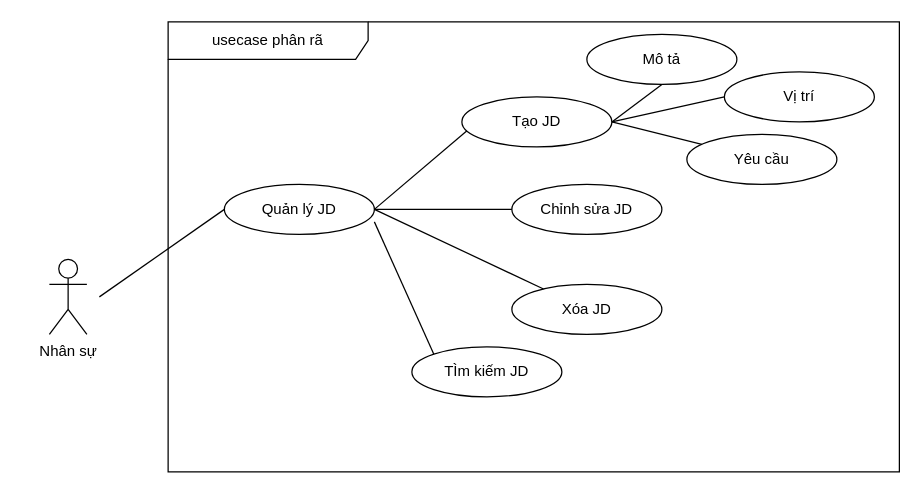
nmtun/datn_hust_2026 keeps this draw.io diagram as design/draw/nhân_sự/quanlyjd.dio. Above is the earlier version. Source tidied: cells renumbered, new cells numbered last; positions are measured from the earlier drawing's top-left corner, leaving out a move shared by most shapes. Both pictures are drawn from the tidied source at 125%, with x=0, y=0 at pixel (49, 21).
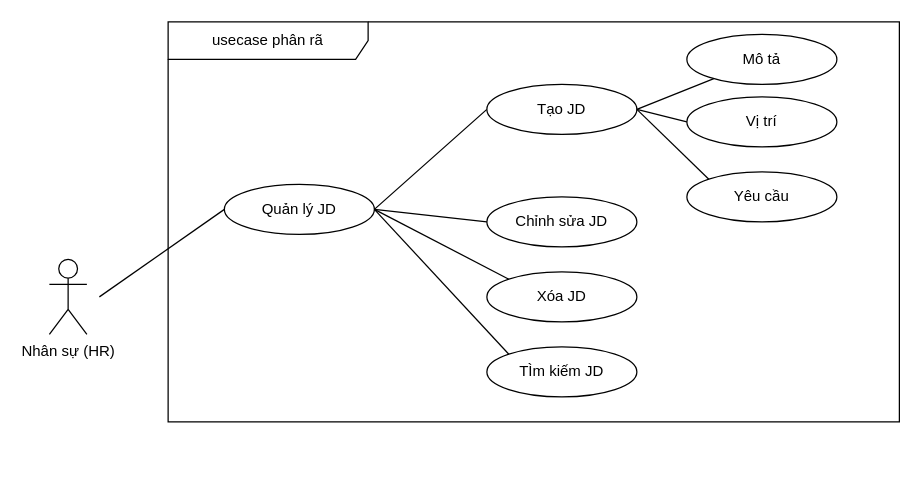
After the change.

Unchanged cells that the change refers to:
```xml
<mxCell id="3" value="Quản lý JD" style="ellipse;whiteSpace=wrap;html=1;" parent="2" vertex="1">
  <mxGeometry x="45" y="130" width="120" height="40" as="geometry" />
</mxCell>
```

Diff of the diagram source:
```diff
@@
     <mxCell id="2" value="usecase phân rã" style="shape=umlFrame;whiteSpace=wrap;html=1;width=160;" parent="1" vertex="1">
-      <mxGeometry x="95" width="585" height="360" as="geometry" />
+      <mxGeometry x="95" width="585" height="320" as="geometry" />
     </mxCell>
@@
     <mxCell id="4" value="Chỉnh sửa JD" style="ellipse;whiteSpace=wrap;html=1;" parent="2" vertex="1">
-      <mxGeometry x="275" y="130" width="120" height="40" as="geometry" />
+      <mxGeometry x="255" y="140" width="120" height="40" as="geometry" />
     </mxCell>
-    <mxCell id="5" style="endArrow=none;startArrow=none;endFill=0;startFill=0;endSize=8;html=1;verticalAlign=bottom;labelBackgroundColor=none;strokeWidth=1;entryX=0;entryY=1;entryDx=0;entryDy=0;exitX=1;exitY=0.5;exitDx=0;exitDy=0;" parent="2" edge="1" source="3">
-      <mxGeometry relative="1" as="geometry">
-        <mxPoint x="242.6" y="84.1" as="targetPoint" />
-      </mxGeometry>
+    <mxCell id="5" style="endArrow=none;startArrow=none;endFill=0;startFill=0;endSize=8;html=1;verticalAlign=bottom;labelBackgroundColor=none;strokeWidth=1;entryX=0;entryY=0.5;entryDx=0;entryDy=0;exitX=1;exitY=0.5;exitDx=0;exitDy=0;" parent="2" edge="1" source="3" target="8">
+      <mxGeometry relative="1" as="geometry" />
     </mxCell>
@@
     <mxCell id="7" value="Mô tả" style="ellipse;whiteSpace=wrap;html=1;" parent="2" vertex="1">
-      <mxGeometry x="335" y="10" width="120" height="40" as="geometry" />
+      <mxGeometry x="415" y="10" width="120" height="40" as="geometry" />
     </mxCell>
     <mxCell id="8" value="Tạo JD" style="ellipse;whiteSpace=wrap;html=1;" parent="2" vertex="1">
-      <mxGeometry x="235" y="60" width="120" height="40" as="geometry" />
+      <mxGeometry x="255" y="50" width="120" height="40" as="geometry" />
     </mxCell>
     <mxCell id="9" value="Vị trí" style="ellipse;whiteSpace=wrap;html=1;" parent="2" vertex="1">
-      <mxGeometry x="445" y="40" width="120" height="40" as="geometry" />
+      <mxGeometry x="415" y="60" width="120" height="40" as="geometry" />
     </mxCell>
     <mxCell id="10" value="Xóa JD" style="ellipse;whiteSpace=wrap;html=1;" parent="2" vertex="1">
-      <mxGeometry x="275" y="210" width="120" height="40" as="geometry" />
+      <mxGeometry x="255" y="200" width="120" height="40" as="geometry" />
     </mxCell>
     <mxCell id="11" value="TÌm kiếm JD" style="ellipse;whiteSpace=wrap;html=1;" parent="2" vertex="1">
-      <mxGeometry x="195" y="260" width="120" height="40" as="geometry" />
+      <mxGeometry x="255" y="260" width="120" height="40" as="geometry" />
     </mxCell>
     <mxCell id="12" value="Yêu cầu" style="ellipse;whiteSpace=wrap;html=1;" parent="2" vertex="1">
-      <mxGeometry x="415" y="90" width="120" height="40" as="geometry" />
+      <mxGeometry x="415" y="120" width="120" height="40" as="geometry" />
     </mxCell>
-    <mxCell id="13" style="endArrow=none;startArrow=none;endFill=0;startFill=0;endSize=8;html=1;verticalAlign=bottom;labelBackgroundColor=none;strokeWidth=1;exitX=1;exitY=0.5;exitDx=0;exitDy=0;" parent="2" edge="1" source="3" target="10">
+    <mxCell id="13" style="endArrow=none;startArrow=none;endFill=0;startFill=0;endSize=8;html=1;verticalAlign=bottom;labelBackgroundColor=none;strokeWidth=1;exitX=1;exitY=0.5;exitDx=0;exitDy=0;entryX=0;entryY=0;entryDx=0;entryDy=0;" parent="2" edge="1" source="3" target="10">
       <mxGeometry relative="1" as="geometry" />
     </mxCell>
-    <mxCell id="14" style="endArrow=none;startArrow=none;endFill=0;startFill=0;endSize=8;html=1;verticalAlign=bottom;labelBackgroundColor=none;strokeWidth=1;entryX=0.5;entryY=1;entryDx=0;entryDy=0;exitX=1;exitY=0.5;exitDx=0;exitDy=0;" parent="2" edge="1" source="8" target="7">
+    <mxCell id="14" style="endArrow=none;startArrow=none;endFill=0;startFill=0;endSize=8;html=1;verticalAlign=bottom;labelBackgroundColor=none;strokeWidth=1;exitX=1;exitY=0.5;exitDx=0;exitDy=0;" parent="2" edge="1" source="8" target="7">
       <mxGeometry relative="1" as="geometry" />
     </mxCell>
-    <mxCell id="15" style="endArrow=none;startArrow=none;endFill=0;startFill=0;endSize=8;html=1;verticalAlign=bottom;labelBackgroundColor=none;strokeWidth=1;exitX=1;exitY=0.5;exitDx=0;exitDy=0;" parent="2" edge="1" source="8" target="12">
+    <mxCell id="15" style="endArrow=none;startArrow=none;endFill=0;startFill=0;endSize=8;html=1;verticalAlign=bottom;labelBackgroundColor=none;strokeWidth=1;exitX=1;exitY=0.5;exitDx=0;exitDy=0;entryX=0;entryY=0;entryDx=0;entryDy=0;" parent="2" edge="1" source="8" target="12">
       <mxGeometry relative="1" as="geometry" />
     </mxCell>
+    <mxCell id="19" style="endArrow=none;startArrow=none;endFill=0;startFill=0;endSize=8;html=1;verticalAlign=bottom;labelBackgroundColor=none;strokeWidth=1;entryX=0;entryY=0.5;entryDx=0;entryDy=0;exitX=1;exitY=0.5;exitDx=0;exitDy=0;" parent="2" edge="1" source="8" target="9">
+      <mxGeometry relative="1" as="geometry" />
+    </mxCell>
-    <mxCell id="16" value="Nhân sự" style="shape=umlActor;verticalLabelPosition=bottom;verticalAlign=top;html=1;" parent="1" vertex="1">
+    <mxCell id="16" value="Nhân sự (HR)" style="shape=umlActor;verticalLabelPosition=bottom;verticalAlign=top;html=1;" parent="1" vertex="1">
       <mxGeometry y="190" width="30" height="60" as="geometry" />
     </mxCell>
@@
     <mxCell id="18" style="endArrow=none;startArrow=none;endFill=0;startFill=0;endSize=8;html=1;verticalAlign=bottom;labelBackgroundColor=none;strokeWidth=1;entryX=0;entryY=0;entryDx=0;entryDy=0;" parent="1" edge="1" target="11">
       <mxGeometry relative="1" as="geometry">
-        <mxPoint x="260" y="160" as="sourcePoint" />
+        <mxPoint x="260" y="150" as="sourcePoint" />
       </mxGeometry>
     </mxCell>
-    <mxCell id="19" style="endArrow=none;startArrow=none;endFill=0;startFill=0;endSize=8;html=1;verticalAlign=bottom;labelBackgroundColor=none;strokeWidth=1;entryX=0;entryY=0.5;entryDx=0;entryDy=0;" parent="1" edge="1" target="9">
-      <mxGeometry relative="1" as="geometry">
-        <mxPoint x="450" y="80" as="sourcePoint" />
-      </mxGeometry>
-    </mxCell>
```
